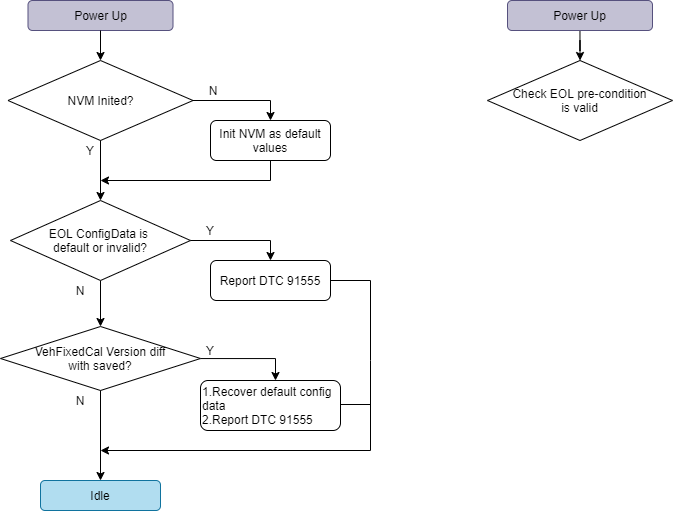
The draw.io diagram EVG_EOL.png in woshitanwang/pics_procdure, before a commit. Source tidied: cells renumbered, new cells last; positions are measured from the earlier drawing's top-left corner, leaving out a move shared by most shapes.
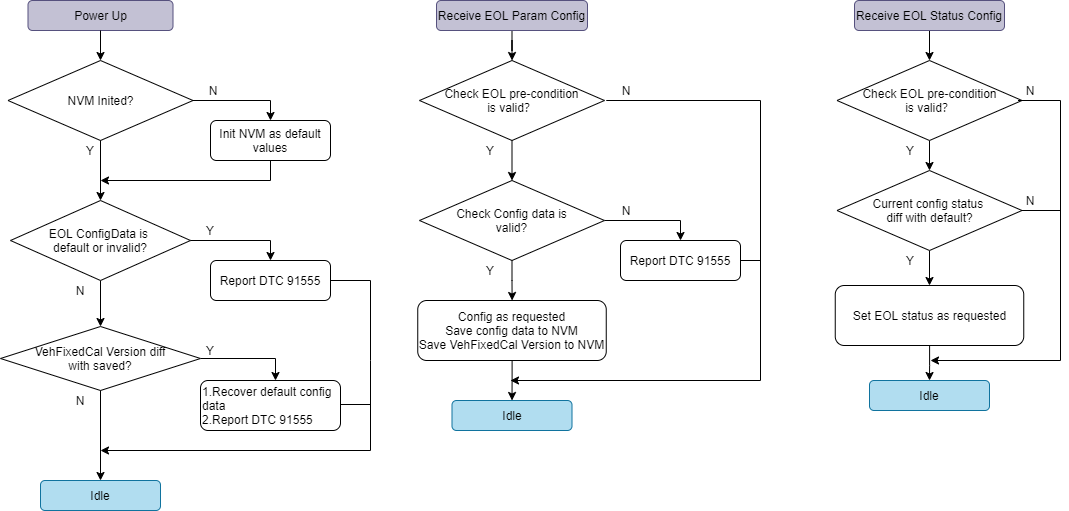
The same diagram one commit later.

What changed in the source:
```diff
@@ -116,14 +116,124 @@
     </mxCell>
     <mxCell id="27" style="edgeStyle=orthogonalEdgeStyle;rounded=0;jettySize=auto;html=1;" parent="1" edge="1" source="28">
       <mxGeometry relative="1" as="geometry">
-        <mxPoint x="579.5" y="60" as="targetPoint" />
+        <mxPoint x="511.5" y="60" as="targetPoint" />
       </mxGeometry>
     </mxCell>
-    <mxCell id="28" value="Power Up" style="rounded=1;whiteSpace=wrap;html=1;strokeColor=#56517e;fillColor=#C3C1D4;" parent="1" vertex="1">
-      <mxGeometry x="507" width="145" height="30" as="geometry" />
+    <mxCell id="28" value="Receive EOL Param Config" style="rounded=1;whiteSpace=wrap;html=1;strokeColor=#56517e;fillColor=#C3C1D4;" parent="1" vertex="1">
+      <mxGeometry x="436" width="151" height="30" as="geometry" />
     </mxCell>
+    <mxCell id="30" style="edgeStyle=orthogonalEdgeStyle;rounded=0;jettySize=auto;html=1;" parent="1" edge="1" source="29" target="33">
+      <mxGeometry relative="1" as="geometry" />
+    </mxCell>
-    <mxCell id="29" value="Check EOL pre-condition&lt;br&gt;is valid" style="rhombus;whiteSpace=wrap;html=1;" parent="1" vertex="1">
-      <mxGeometry x="487" y="60" width="185" height="80" as="geometry" />
+    <mxCell id="29" value="Check EOL pre-condition&lt;br&gt;is valid？" style="rhombus;whiteSpace=wrap;html=1;" parent="1" vertex="1">
+      <mxGeometry x="419" y="60" width="185" height="80" as="geometry" />
     </mxCell>
+    <mxCell id="31" style="edgeStyle=orthogonalEdgeStyle;rounded=0;jettySize=auto;html=1;" parent="1" edge="1" source="33" target="34">
+      <mxGeometry relative="1" as="geometry">
+        <Array as="points">
+          <mxPoint x="680" y="220" />
+        </Array>
+      </mxGeometry>
+    </mxCell>
+    <mxCell id="32" style="edgeStyle=orthogonalEdgeStyle;rounded=0;jettySize=auto;html=1;" parent="1" edge="1" source="33" target="36">
+      <mxGeometry relative="1" as="geometry" />
+    </mxCell>
+    <mxCell id="33" value="Check Config data is&lt;br&gt;valid?" style="rhombus;whiteSpace=wrap;html=1;" parent="1" vertex="1">
+      <mxGeometry x="419" y="180" width="185" height="80" as="geometry" />
+    </mxCell>
+    <mxCell id="34" value="Report DTC 91555" style="rounded=1;whiteSpace=wrap;html=1;fillColor=#FFFFFF;" parent="1" vertex="1">
+      <mxGeometry x="620" y="240" width="120" height="40" as="geometry" />
+    </mxCell>
+    <mxCell id="35" style="edgeStyle=orthogonalEdgeStyle;rounded=0;jettySize=auto;html=1;" parent="1" edge="1" source="36" target="37">
+      <mxGeometry relative="1" as="geometry" />
+    </mxCell>
+    <mxCell id="36" value="Config as requested&lt;br&gt;Save config data to NVM&lt;br&gt;Save VehFixedCal Version to NVM" style="rounded=1;whiteSpace=wrap;html=1;fillColor=#FFFFFF;" parent="1" vertex="1">
+      <mxGeometry x="417.2" y="300" width="188.5" height="60" as="geometry" />
+    </mxCell>
+    <mxCell id="37" value="Idle" style="rounded=1;whiteSpace=wrap;html=1;fillColor=#b1ddf0;strokeColor=#10739e;" parent="1" vertex="1">
+      <mxGeometry x="451.5" y="400" width="120" height="30" as="geometry" />
+    </mxCell>
+    <mxCell id="38" style="endArrow=classic;html=1;rounded=0;" parent="1" edge="1">
+      <mxGeometry relative="1" as="geometry">
+        <mxPoint x="605.8" y="100" as="sourcePoint" />
+        <mxPoint x="510" y="380" as="targetPoint" />
+        <Array as="points">
+          <mxPoint x="760" y="100" />
+          <mxPoint x="760" y="380" />
+        </Array>
+      </mxGeometry>
+    </mxCell>
+    <mxCell id="39" style="endArrow=none;html=1;" parent="1" edge="1">
+      <mxGeometry relative="1" as="geometry">
+        <mxPoint x="740" y="260" as="sourcePoint" />
+        <mxPoint x="760" y="260" as="targetPoint" />
+      </mxGeometry>
+    </mxCell>
+    <mxCell id="40" value="Y" style="text;html=1;strokeColor=none;fillColor=none;align=center;verticalAlign=middle;whiteSpace=wrap;rounded=0;" parent="1" vertex="1">
+      <mxGeometry x="470" y="140" width="40" height="20" as="geometry" />
+    </mxCell>
+    <mxCell id="41" value="Y" style="text;html=1;strokeColor=none;fillColor=none;align=center;verticalAlign=middle;whiteSpace=wrap;rounded=0;" parent="1" vertex="1">
+      <mxGeometry x="470" y="260" width="40" height="20" as="geometry" />
+    </mxCell>
+    <mxCell id="42" value="N" style="text;html=1;strokeColor=none;fillColor=none;align=center;verticalAlign=middle;whiteSpace=wrap;rounded=0;" parent="1" vertex="1">
+      <mxGeometry x="605.8" y="80" width="40" height="20" as="geometry" />
+    </mxCell>
+    <mxCell id="43" value="N" style="text;html=1;strokeColor=none;fillColor=none;align=center;verticalAlign=middle;whiteSpace=wrap;rounded=0;" parent="1" vertex="1">
+      <mxGeometry x="605.8" y="200" width="40" height="20" as="geometry" />
+    </mxCell>
+    <mxCell id="44" style="edgeStyle=orthogonalEdgeStyle;rounded=0;jettySize=auto;html=1;" parent="1" edge="1" source="45" target="47">
+      <mxGeometry relative="1" as="geometry" />
+    </mxCell>
+    <mxCell id="45" value="Receive EOL Status Config" style="rounded=1;whiteSpace=wrap;html=1;strokeColor=#56517e;fillColor=#C3C1D4;" parent="1" vertex="1">
+      <mxGeometry x="854" width="150" height="30" as="geometry" />
+    </mxCell>
+    <mxCell id="46" style="edgeStyle=orthogonalEdgeStyle;rounded=0;jettySize=auto;html=1;" parent="1" edge="1" source="47" target="49">
+      <mxGeometry relative="1" as="geometry" />
+    </mxCell>
+    <mxCell id="47" value="Check EOL pre-condition&lt;br&gt;is valid？" style="rhombus;whiteSpace=wrap;html=1;" parent="1" vertex="1">
+      <mxGeometry x="836.5" y="60" width="185" height="80" as="geometry" />
+    </mxCell>
+    <mxCell id="48" style="edgeStyle=orthogonalEdgeStyle;rounded=0;jettySize=auto;html=1;entryX=0.5;entryY=0;entryDx=0;entryDy=0;" parent="1" edge="1" source="49" target="51">
+      <mxGeometry relative="1" as="geometry" />
+    </mxCell>
+    <mxCell id="49" value="Current config status&amp;nbsp;&lt;br&gt;diff with default?" style="rhombus;whiteSpace=wrap;html=1;" parent="1" vertex="1">
+      <mxGeometry x="836.5" y="170" width="185" height="80" as="geometry" />
+    </mxCell>
+    <mxCell id="50" style="edgeStyle=orthogonalEdgeStyle;rounded=0;jettySize=auto;html=1;" parent="1" edge="1" source="51" target="52">
+      <mxGeometry relative="1" as="geometry" />
+    </mxCell>
+    <mxCell id="51" value="Set EOL status as requested" style="rounded=1;whiteSpace=wrap;html=1;fillColor=#FFFFFF;" parent="1" vertex="1">
+      <mxGeometry x="834.8" y="285" width="188.5" height="60" as="geometry" />
+    </mxCell>
+    <mxCell id="52" value="Idle" style="rounded=1;whiteSpace=wrap;html=1;fillColor=#b1ddf0;strokeColor=#10739e;" parent="1" vertex="1">
+      <mxGeometry x="869" y="380" width="120" height="30" as="geometry" />
+    </mxCell>
+    <mxCell id="53" style="endArrow=classic;html=1;rounded=0;" parent="1" edge="1">
+      <mxGeometry relative="1" as="geometry">
+        <mxPoint x="1017.5" y="100" as="sourcePoint" />
+        <mxPoint x="930" y="360" as="targetPoint" />
+        <Array as="points">
+          <mxPoint x="1060" y="100" />
+          <mxPoint x="1060" y="360" />
+        </Array>
+      </mxGeometry>
+    </mxCell>
+    <mxCell id="54" style="endArrow=none;html=1;exitX=1;exitY=0.5;exitDx=0;exitDy=0;" parent="1" edge="1" source="49">
+      <mxGeometry relative="1" as="geometry">
+        <mxPoint x="1060" y="210" as="targetPoint" />
+      </mxGeometry>
+    </mxCell>
+    <mxCell id="55" value="Y" style="text;html=1;strokeColor=none;fillColor=none;align=center;verticalAlign=middle;whiteSpace=wrap;rounded=0;" parent="1" vertex="1">
+      <mxGeometry x="890" y="140" width="40" height="20" as="geometry" />
+    </mxCell>
+    <mxCell id="56" value="Y" style="text;html=1;strokeColor=none;fillColor=none;align=center;verticalAlign=middle;whiteSpace=wrap;rounded=0;" parent="1" vertex="1">
+      <mxGeometry x="890" y="250" width="40" height="20" as="geometry" />
+    </mxCell>
+    <mxCell id="57" value="N" style="text;html=1;strokeColor=none;fillColor=none;align=center;verticalAlign=middle;whiteSpace=wrap;rounded=0;" parent="1" vertex="1">
+      <mxGeometry x="1010" y="80" width="40" height="20" as="geometry" />
+    </mxCell>
+    <mxCell id="58" value="N" style="text;html=1;strokeColor=none;fillColor=none;align=center;verticalAlign=middle;whiteSpace=wrap;rounded=0;" parent="1" vertex="1">
+      <mxGeometry x="1010" y="190" width="40" height="20" as="geometry" />
+    </mxCell>
   </root>
 </mxGraphModel>
```
